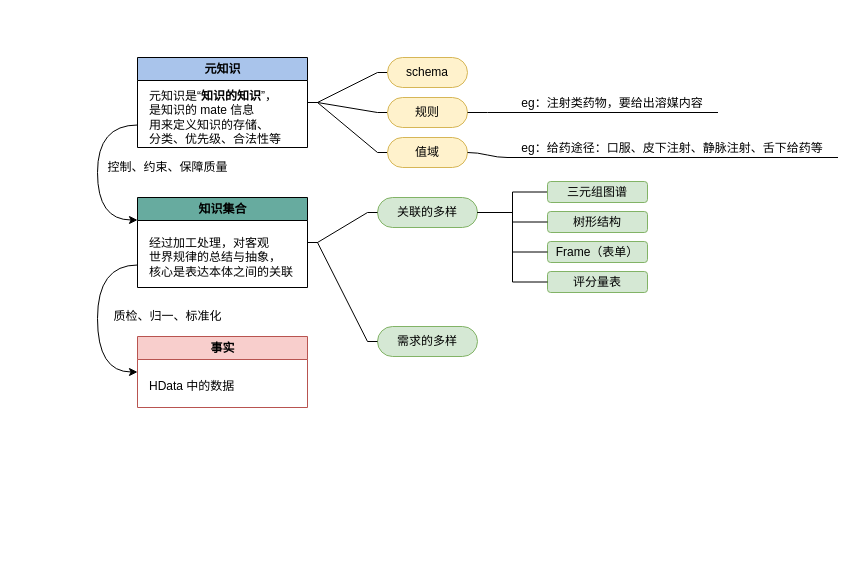
Above: 知识管理.drawio in kidoln/drawio (draw.io), before the change. Source tidied: cells renumbered, new cells numbered last; positions are measured from the earlier drawing's top-left corner, leaving out a move shared by most shapes. Both pictures are drawn from the tidied source at 100%, with x=0, y=0 at pixel (17, 17).
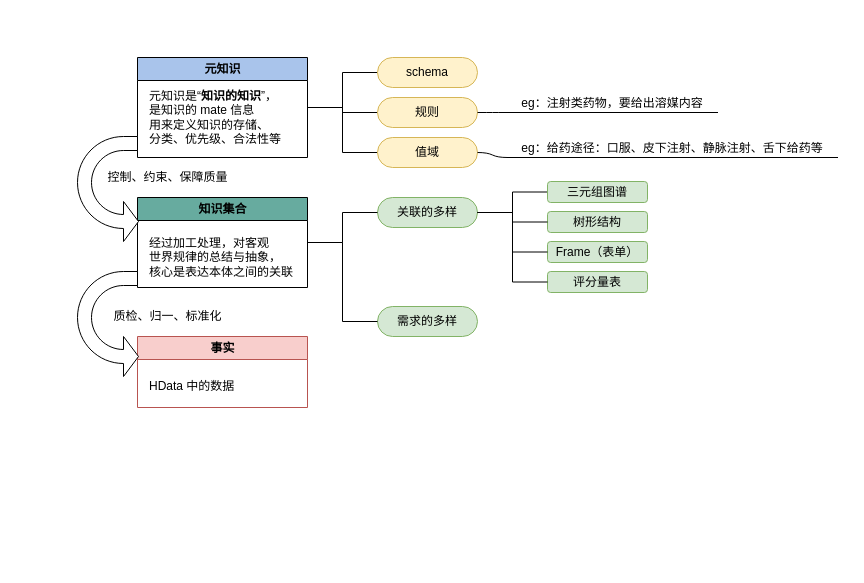
Above is the later version.

The change refers to these unchanged cells:
```xml
<mxCell id="16" value="知识集合" style="swimlane;fontFamily=Helvetica;fontSize=12;fontColor=rgb(0, 0, 0);align=center;strokeColor=rgb(0, 0, 0);fillColor=#67AB9F;html=1;startSize=23;" parent="2" vertex="1">
  <mxGeometry x="120" y="180" width="170" height="90" as="geometry" />
</mxCell>
<mxCell id="19" value="关联的多样" style="whiteSpace=wrap;html=1;rounded=1;arcSize=50;align=center;verticalAlign=middle;strokeWidth=1;spacing=4;newEdgeStyle={&quot;edgeStyle&quot;:&quot;entityRelationEdgeStyle&quot;,&quot;startArrow&quot;:&quot;none&quot;,&quot;endArrow&quot;:&quot;none&quot;,&quot;segment&quot;:10,&quot;curved&quot;:1};fillColor=#d5e8d4;strokeColor=#82b366;" parent="2" vertex="1">
  <mxGeometry x="360" y="180" width="100" height="30" as="geometry" />
</mxCell>
<mxCell id="29" value="事实" style="swimlane;fontFamily=Helvetica;fontSize=12;align=center;strokeColor=#b85450;fillColor=#f8cecc;html=1;startSize=23;" parent="2" vertex="1">
  <mxGeometry x="120" y="319" width="170" height="71" as="geometry" />
</mxCell>
```

The edit, as a diff of the source:
```diff
@@
     <mxCell id="2" value="这是第一个" style="swimlane;startSize=20;horizontal=1;containerType=tree;swimlaneHead=0;swimlaneBody=0;noLabel=1;strokeColor=none;" parent="1" vertex="1">
-      <mxGeometry width="830" height="549" as="geometry" />
+      <mxGeometry width="830" height="479" as="geometry" />
     </mxCell>
-    <mxCell id="3" style="edgeStyle=entityRelationEdgeStyle;startArrow=none;endArrow=none;segment=10;rounded=0;arcSize=40;" parent="2" edge="1" source="5" target="7">
+    <mxCell id="3" style="edgeStyle=orthogonalEdgeStyle;startArrow=none;endArrow=none;segment=10;rounded=0;arcSize=40;" parent="2" edge="1" source="5" target="7">
       <mxGeometry relative="1" as="geometry" />
     </mxCell>
-    <mxCell id="4" style="edgeStyle=orthogonalEdgeStyle;curved=1;rounded=1;jumpSize=6;jettySize=auto;html=1;exitX=0;exitY=0.75;exitDx=0;exitDy=0;entryX=0;entryY=0.25;entryDx=0;entryDy=0;fontColor=#000000;elbow=vertical;" parent="2" edge="1" source="5" target="16">
-      <mxGeometry relative="1" as="geometry">
-        <Array as="points">
-          <mxPoint x="80" y="108" />
-          <mxPoint x="80" y="203" />
-        </Array>
-      </mxGeometry>
-    </mxCell>
     <mxCell id="5" value="元知识" style="swimlane;fontFamily=Helvetica;fontSize=12;fontColor=rgb(0, 0, 0);align=center;strokeColor=rgb(0, 0, 0);fillColor=#A9C4EB;html=1;startSize=23;" parent="2" vertex="1">
-      <mxGeometry x="120" y="40" width="170" height="90" as="geometry" />
+      <mxGeometry x="120" y="40" width="170" height="100" as="geometry" />
     </mxCell>
@@
     <mxCell id="7" value="schema" style="whiteSpace=wrap;html=1;rounded=1;arcSize=50;align=center;verticalAlign=middle;strokeWidth=1;spacing=4;newEdgeStyle={&quot;edgeStyle&quot;:&quot;entityRelationEdgeStyle&quot;,&quot;startArrow&quot;:&quot;none&quot;,&quot;endArrow&quot;:&quot;none&quot;,&quot;segment&quot;:10,&quot;curved&quot;:1};fillColor=#fff2cc;strokeColor=#d6b656;" parent="2" vertex="1">
-      <mxGeometry x="370" y="40" width="80" height="30" as="geometry" />
+      <mxGeometry x="360" y="40" width="100" height="30" as="geometry" />
     </mxCell>
-    <mxCell id="8" style="edgeStyle=entityRelationEdgeStyle;startArrow=none;endArrow=none;segment=10;rounded=0;arcSize=40;" parent="2" edge="1" source="5" target="9">
+    <mxCell id="8" style="edgeStyle=orthogonalEdgeStyle;startArrow=none;endArrow=none;segment=10;rounded=0;arcSize=40;" parent="2" edge="1" source="5" target="9">
       <mxGeometry relative="1" as="geometry" />
     </mxCell>
     <mxCell id="9" value="规则" style="whiteSpace=wrap;html=1;rounded=1;arcSize=50;align=center;verticalAlign=middle;strokeWidth=1;spacing=4;newEdgeStyle={&quot;edgeStyle&quot;:&quot;entityRelationEdgeStyle&quot;,&quot;startArrow&quot;:&quot;none&quot;,&quot;endArrow&quot;:&quot;none&quot;,&quot;segment&quot;:10,&quot;curved&quot;:1};fillColor=#fff2cc;strokeColor=#d6b656;" parent="2" vertex="1">
-      <mxGeometry x="370" y="80" width="80" height="30" as="geometry" />
+      <mxGeometry x="360" y="80" width="100" height="30" as="geometry" />
     </mxCell>
-    <mxCell id="10" style="edgeStyle=entityRelationEdgeStyle;startArrow=none;endArrow=none;segment=10;rounded=0;jumpSize=6;arcSize=40;" parent="2" edge="1" source="5" target="11">
+    <mxCell id="10" style="edgeStyle=orthogonalEdgeStyle;startArrow=none;endArrow=none;segment=10;rounded=0;jumpSize=6;arcSize=40;" parent="2" edge="1" source="5" target="11">
       <mxGeometry relative="1" as="geometry" />
     </mxCell>
     <mxCell id="11" value="值域" style="whiteSpace=wrap;html=1;rounded=1;arcSize=50;align=center;verticalAlign=middle;strokeWidth=1;spacing=4;newEdgeStyle={&quot;edgeStyle&quot;:&quot;entityRelationEdgeStyle&quot;,&quot;startArrow&quot;:&quot;none&quot;,&quot;endArrow&quot;:&quot;none&quot;,&quot;segment&quot;:10,&quot;curved&quot;:1};fillColor=#fff2cc;strokeColor=#d6b656;" parent="2" vertex="1">
-      <mxGeometry x="370" y="120" width="80" height="30" as="geometry" />
+      <mxGeometry x="360" y="120" width="100" height="30" as="geometry" />
     </mxCell>
@@
-    <mxCell id="20" style="edgeStyle=entityRelationEdgeStyle;startArrow=none;endArrow=none;segment=10;rounded=0;arcSize=40;" parent="2" edge="1" source="16" target="19">
+    <mxCell id="20" style="edgeStyle=orthogonalEdgeStyle;startArrow=none;endArrow=none;segment=10;rounded=0;arcSize=40;" parent="2" edge="1" source="16" target="19">
       <mxGeometry relative="1" as="geometry" />
     </mxCell>
     <mxCell id="21" value="&lt;div&gt;控制、约束、保障质量&lt;/div&gt;" style="text;html=1;align=center;verticalAlign=middle;strokeColor=none;fillColor=none;fontColor=#000000;" parent="2" vertex="1">
-      <mxGeometry x="80" y="140" width="140" height="20" as="geometry" />
+      <mxGeometry x="80" y="150" width="140" height="20" as="geometry" />
     </mxCell>
@@
-    <mxCell id="31" style="edgeStyle=orthogonalEdgeStyle;curved=1;rounded=1;jumpSize=6;jettySize=auto;html=1;exitX=0;exitY=0.75;exitDx=0;exitDy=0;entryX=0;entryY=0.5;entryDx=0;entryDy=0;fontColor=#000000;elbow=vertical;" parent="2" edge="1" source="16" target="29">
-      <mxGeometry relative="1" as="geometry">
-        <Array as="points">
-          <mxPoint x="80" y="248" />
-          <mxPoint x="80" y="355" />
-        </Array>
-      </mxGeometry>
-    </mxCell>
@@
-    <mxCell id="33" value="需求的多样" style="whiteSpace=wrap;html=1;rounded=1;arcSize=50;align=center;verticalAlign=middle;strokeWidth=1;spacing=4;newEdgeStyle={&quot;edgeStyle&quot;:&quot;entityRelationEdgeStyle&quot;,&quot;startArrow&quot;:&quot;none&quot;,&quot;endArrow&quot;:&quot;none&quot;,&quot;segment&quot;:10,&quot;curved&quot;:1};fillColor=#d5e8d4;strokeColor=#82b366;" parent="1" vertex="1">
-      <mxGeometry x="360" y="309" width="100" height="30" as="geometry" />
+    <mxCell id="33" value="需求的多样" style="whiteSpace=wrap;html=1;rounded=1;arcSize=50;align=center;verticalAlign=middle;strokeWidth=1;spacing=4;newEdgeStyle={&quot;edgeStyle&quot;:&quot;entityRelationEdgeStyle&quot;,&quot;startArrow&quot;:&quot;none&quot;,&quot;endArrow&quot;:&quot;none&quot;,&quot;segment&quot;:10,&quot;curved&quot;:1};fillColor=#d5e8d4;strokeColor=#82b366;" parent="2" vertex="1">
+      <mxGeometry x="360" y="289" width="100" height="30" as="geometry" />
     </mxCell>
-    <mxCell id="34" style="edgeStyle=entityRelationEdgeStyle;startArrow=none;endArrow=none;segment=10;rounded=0;arcSize=40;" parent="1" edge="1" source="16" target="33">
+    <mxCell id="34" style="edgeStyle=orthogonalEdgeStyle;startArrow=none;endArrow=none;segment=10;rounded=0;arcSize=40;entryX=0;entryY=0.5;entryDx=0;entryDy=0;" parent="2" edge="1" source="16" target="33">
       <mxGeometry relative="1" as="geometry" />
     </mxCell>
+    <mxCell id="35" style="html=1;shadow=0;dashed=0;align=center;verticalAlign=middle;shape=mxgraph.arrows2.uTurnArrow;dy=7;arrowHead=40;dx2=15;flipV=1;" parent="2" vertex="1">
+      <mxGeometry x="60" y="254" width="60" height="105" as="geometry" />
+    </mxCell>
+    <mxCell id="36" style="html=1;shadow=0;dashed=0;align=center;verticalAlign=middle;shape=mxgraph.arrows2.uTurnArrow;dy=7;arrowHead=40;dx2=15;flipV=1;" parent="2" vertex="1">
+      <mxGeometry x="60" y="119" width="60" height="105" as="geometry" />
+    </mxCell>
```
